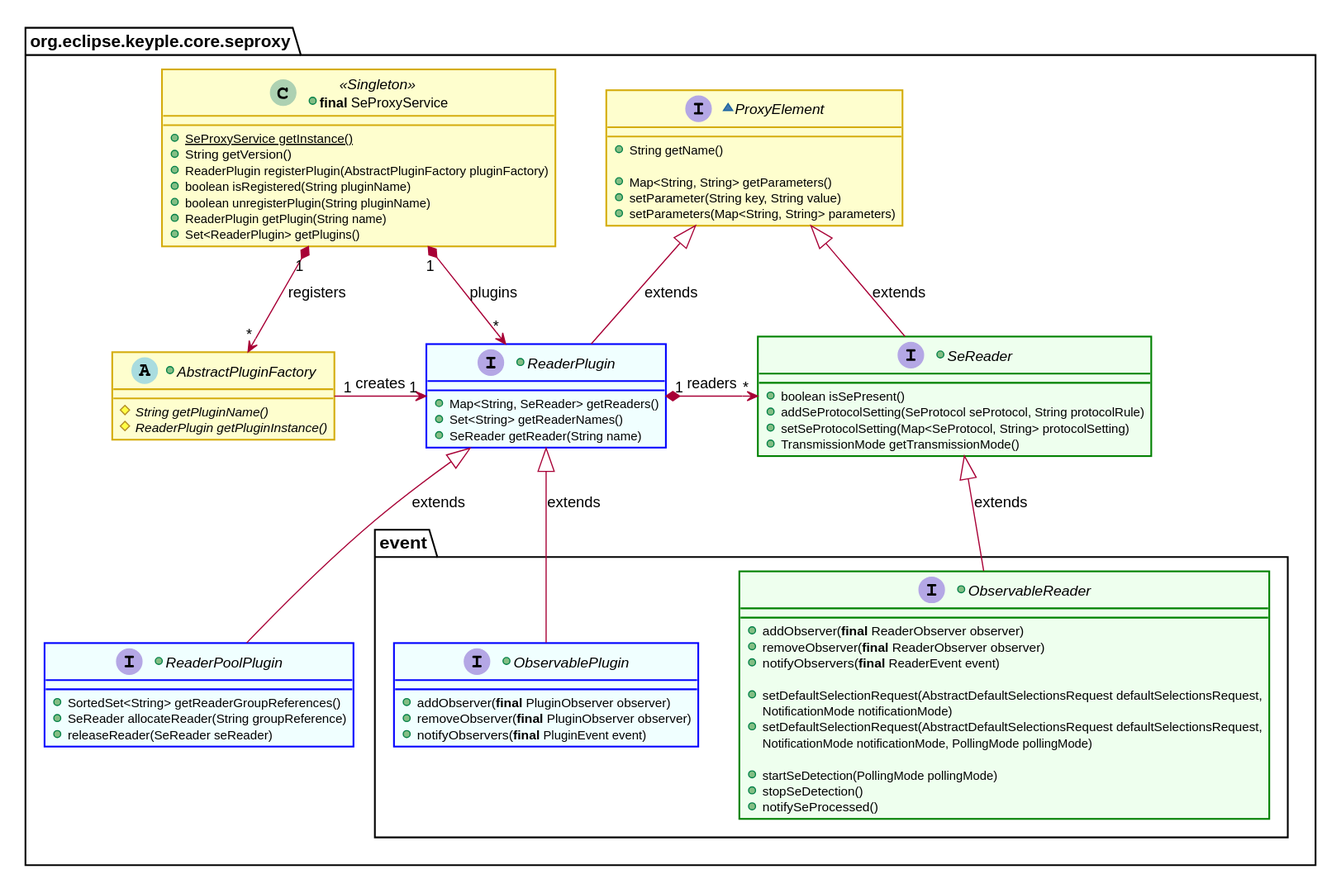
Earlier version of the PlantUML export docs/KeypleCoreApi/ApplicationApi/img/KeypleCore_ApplicationApi_ClassDiag_SE_Proxy_PluginSettingAndReaderAccess_0_9_0.svg (calypsonet/keyple).
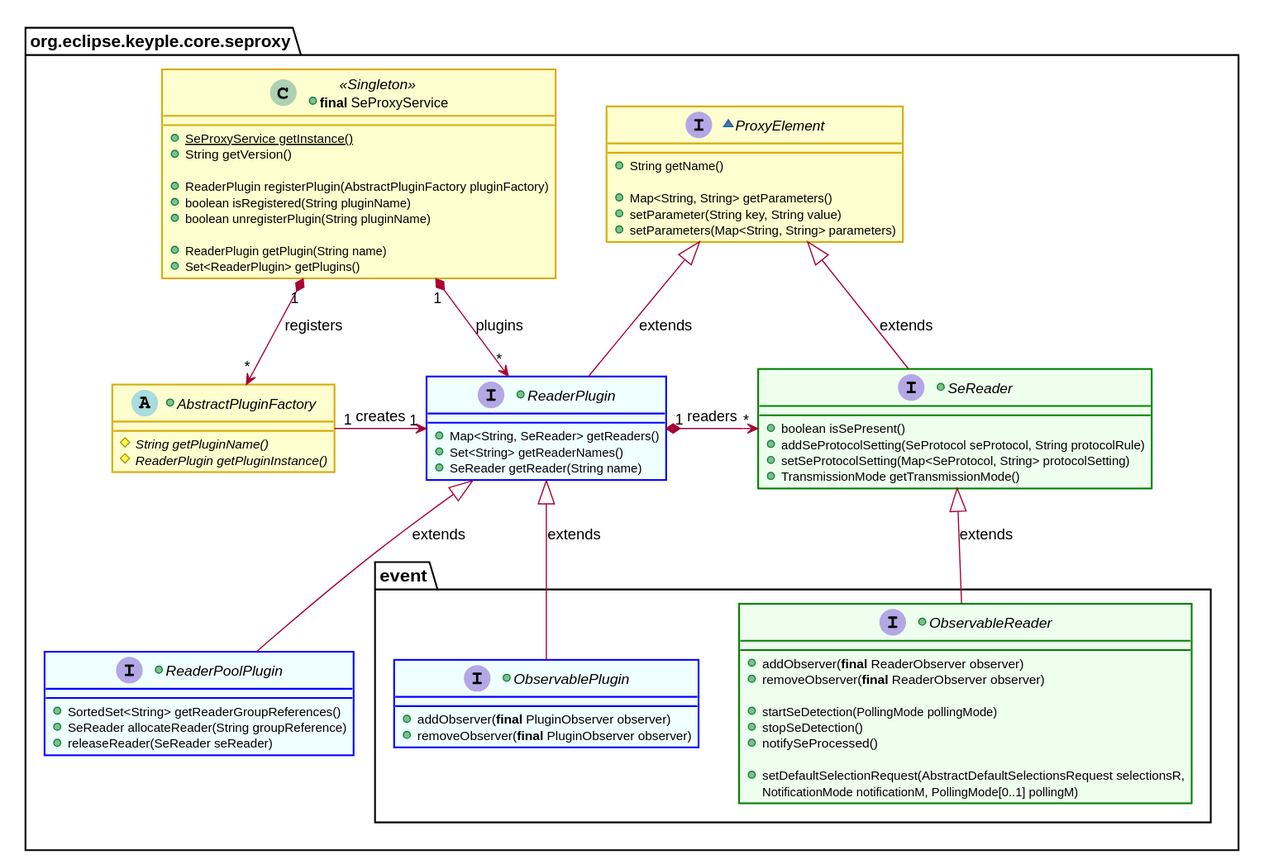
After the commit.

Change to the diagram source:
```diff
@@ -26,9 +26,11 @@
 +class "<b>final</b> SeProxyService" as SeProxyService << Singleton >> {
   +{static}SeProxyService getInstance()
   +String getVersion()
+
   +ReaderPlugin registerPlugin(AbstractPluginFactory pluginFactory)
   +boolean isRegistered(String pluginName)
   +boolean unregisterPlugin(String pluginName)
+
   +ReaderPlugin getPlugin(String name)
   +Set<ReaderPlugin> getPlugins()
 }
@@ -72,21 +74,17 @@
 +interface ObservablePlugin {
   +addObserver(<b>final</b> PluginObserver observer)
   +removeObserver(<b>final</b> PluginObserver observer)
-  +notifyObservers(<b>final</b> PluginEvent event)
 }
 +interface ObservableReader {
   +addObserver(<b>final</b> ReaderObserver observer)
   +removeObserver(<b>final</b> ReaderObserver observer)
-  +notifyObservers(<b>final</b> ReaderEvent event)
-
-  +setDefaultSelectionRequest(AbstractDefaultSelectionsRequest defaultSelectionsRequest,
-    NotificationMode notificationMode)
-  +setDefaultSelectionRequest(AbstractDefaultSelectionsRequest defaultSelectionsRequest,
-    NotificationMode notificationMode, PollingMode pollingMode)
 
   +startSeDetection(PollingMode pollingMode)
   +stopSeDetection()
   +notifySeProcessed()
+
+  +setDefaultSelectionRequest(AbstractDefaultSelectionsRequest selectionsR,
+    NotificationMode notificationM, PollingMode[0..1] pollingM)
 }
   }
   ReaderPlugin <|-- ObservablePlugin : extends
```
